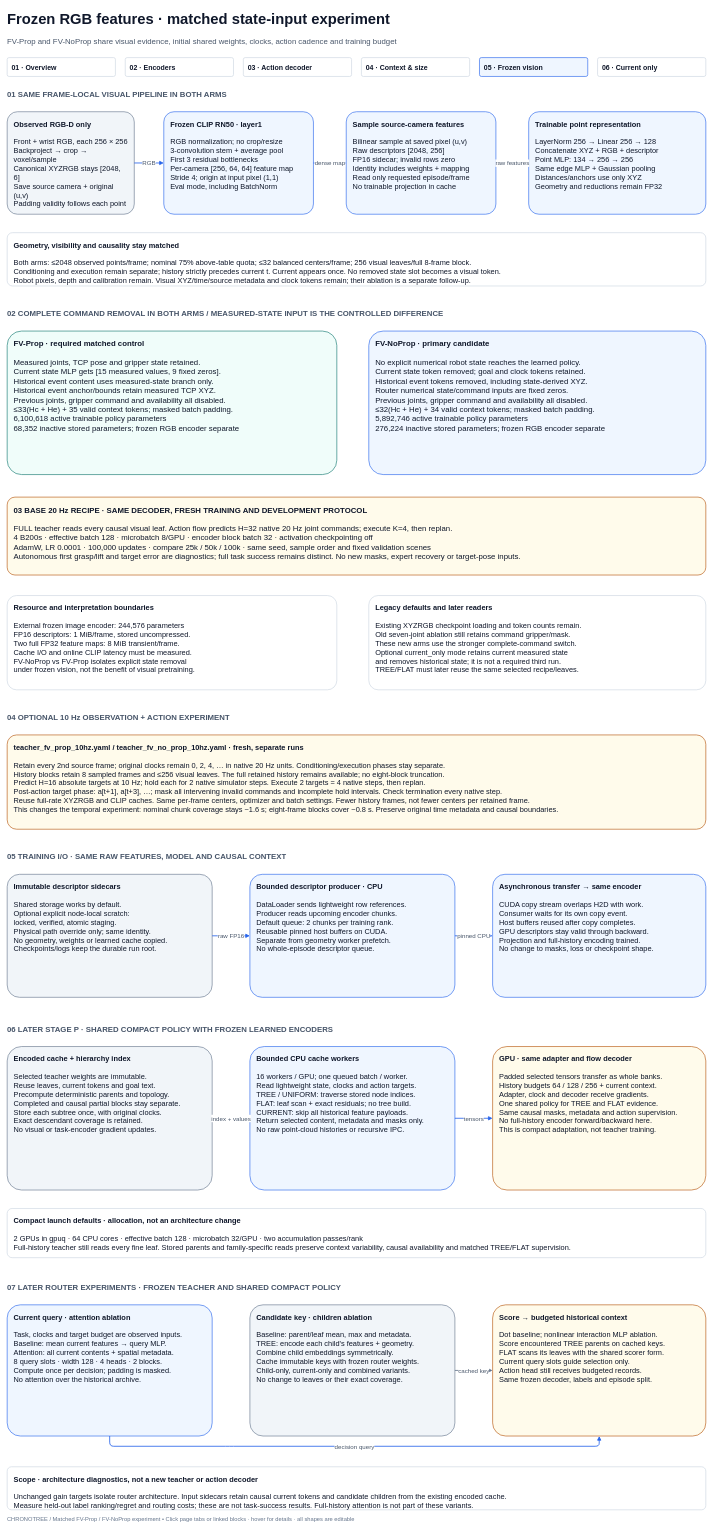
Above: page "05 · Frozen vision" (5 of 6) of docs/diagrams/teacher_architecture.drawio in Ricvalp/chronotree (draw.io), before the change. Source tidied: cells renumbered, new cells numbered last; positions are measured from the earlier drawing's top-left corner, leaving out a move shared by most shapes. Both pictures are drawn from the tidied source at 41%, with x=0, y=0 at pixel (7, 7).
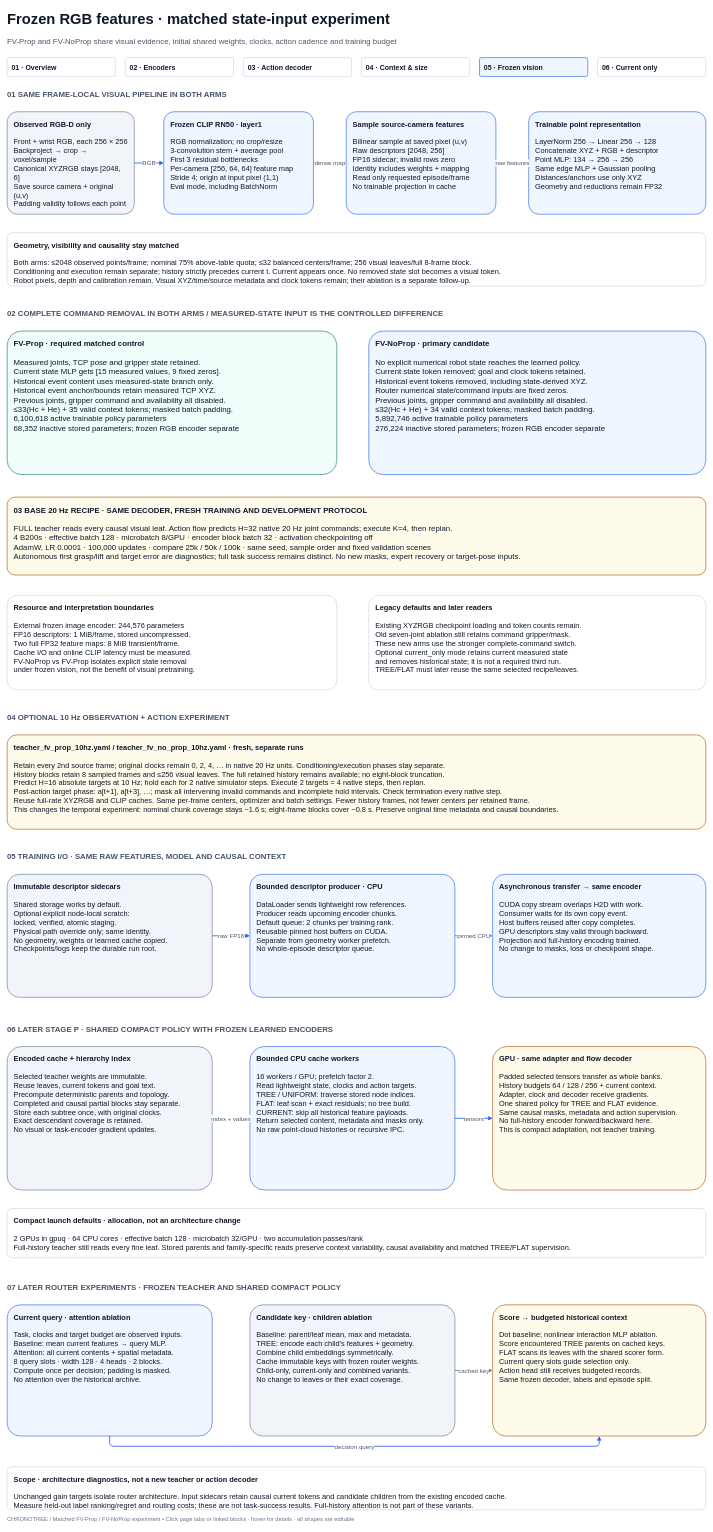
Above is the later version.

Change to the diagram source:
```diff
@@
-    <mxCell id="37" value="&lt;b&gt;Bounded CPU cache workers&lt;/b&gt;&lt;br&gt;&lt;br&gt;16 workers / GPU; one queued batch / worker.&lt;br&gt;Read lightweight state, clocks and action targets.&lt;br&gt;TREE / UNIFORM: traverse stored node indices.&lt;br&gt;FLAT: leaf scan + exact residuals; no tree build.&lt;br&gt;CURRENT: skip all historical feature payloads.&lt;br&gt;Return selected content, metadata and masks only.&lt;br&gt;No raw point-cloud histories or recursive IPC." style="rounded=1;arcSize=10;whiteSpace=wrap;html=1;fillColor=#EFF6FF;strokeColor=#2563EB;strokeWidth=1.5;align=left;verticalAlign=top;spacing=16;fontFamily=Arial;fontSize=18;fontColor=#0F172A;shadow=0;" parent="1" vertex="1">
+    <mxCell id="37" value="&lt;b&gt;Bounded CPU cache workers&lt;/b&gt;&lt;br&gt;&lt;br&gt;16 workers / GPU; prefetch factor 2.&lt;br&gt;Read lightweight state, clocks and action targets.&lt;br&gt;TREE / UNIFORM: traverse stored node indices.&lt;br&gt;FLAT: leaf scan + exact residuals; no tree build.&lt;br&gt;CURRENT: skip all historical feature payloads.&lt;br&gt;Return selected content, metadata and masks only.&lt;br&gt;No raw point-cloud histories or recursive IPC." style="rounded=1;arcSize=10;whiteSpace=wrap;html=1;fillColor=#EFF6FF;strokeColor=#2563EB;strokeWidth=1.5;align=left;verticalAlign=top;spacing=16;fontFamily=Arial;fontSize=18;fontColor=#0F172A;shadow=0;" parent="1" vertex="1">
       <mxGeometry x="592" y="2535" width="500" height="350" as="geometry" />
     </mxCell>
```
